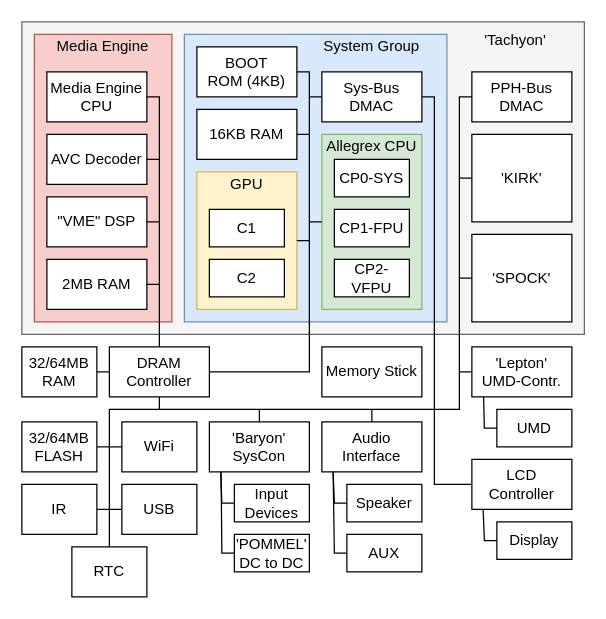
This is fig/drawio/architecture.drawio from Tom-there/PSP-Arch, a draw.io file, before an edit. Source tidied: cells renumbered, new cells numbered last; positions are measured from the earlier drawing's top-left corner, leaving out a move shared by most shapes. Both pictures are drawn from the tidied source at 125%, with x=0, y=0 at pixel (21, 21).
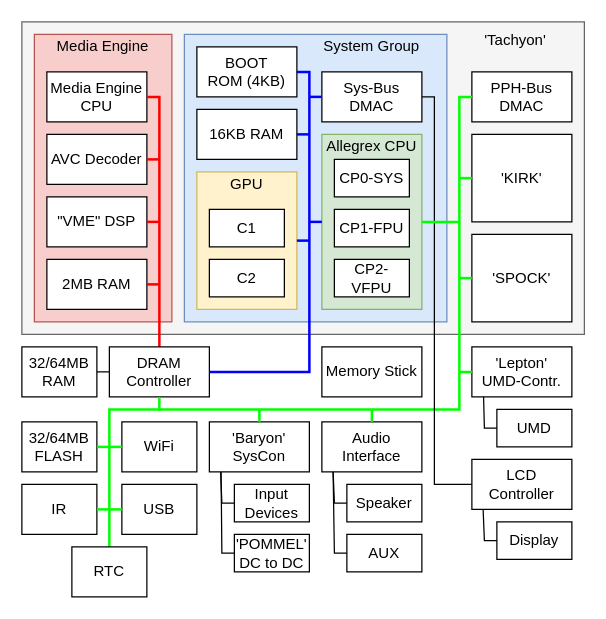
After the change.

Commit message:
updated arch diagram

Unchanged cells that the change refers to:
```xml
<mxCell id="7" value="AVC Decoder" style="rounded=0;whiteSpace=wrap;html=1;" parent="1" vertex="1">
  <mxGeometry x="20" y="90" width="80" height="40" as="geometry" />
</mxCell>
<mxCell id="8" value="&quot;VME&quot; DSP" style="rounded=0;whiteSpace=wrap;html=1;" parent="1" vertex="1">
  <mxGeometry x="20" y="140" width="80" height="40" as="geometry" />
</mxCell>
<mxCell id="9" value="2MB RAM" style="rounded=0;whiteSpace=wrap;html=1;" parent="1" vertex="1">
  <mxGeometry x="20" y="190" width="80" height="40" as="geometry" />
</mxCell>
<mxCell id="14" value="DRAM Controller" style="rounded=0;whiteSpace=wrap;html=1;" parent="1" vertex="1">
  <mxGeometry x="70" y="260" width="80" height="40" as="geometry" />
</mxCell>
<mxCell id="18" style="rounded=0;whiteSpace=wrap;html=1;fillColor=#fff2cc;strokeColor=#d6b656;" parent="1" vertex="1">
  <mxGeometry x="140" y="120" width="80" height="110" as="geometry" />
</mxCell>
<mxCell id="19" value="16KB RAM" style="rounded=0;whiteSpace=wrap;html=1;" parent="1" vertex="1">
  <mxGeometry x="140" y="70" width="80" height="40" as="geometry" />
</mxCell>
<mxCell id="20" value="BOOT&lt;div&gt;ROM (4KB)&lt;/div&gt;" style="rounded=0;whiteSpace=wrap;html=1;" parent="1" vertex="1">
  <mxGeometry x="140" y="20" width="80" height="40" as="geometry" />
</mxCell>
<mxCell id="21" value="&lt;div&gt;PPH-Bus&lt;/div&gt;DMAC" style="rounded=0;whiteSpace=wrap;html=1;" parent="1" vertex="1">
  <mxGeometry x="360" y="40" width="80" height="40" as="geometry" />
</mxCell>
<mxCell id="22" style="rounded=0;whiteSpace=wrap;html=1;fillColor=#d5e8d4;strokeColor=#82b366;" parent="1" vertex="1">
  <mxGeometry x="240" y="90" width="80" height="140" as="geometry" />
</mxCell>
<mxCell id="23" value="'KIRK'" style="rounded=0;whiteSpace=wrap;html=1;" parent="1" vertex="1">
  <mxGeometry x="360" y="90" width="80" height="70" as="geometry" />
</mxCell>
<mxCell id="24" value="'SPOCK'" style="rounded=0;whiteSpace=wrap;html=1;" parent="1" vertex="1">
  <mxGeometry x="360" y="170" width="80" height="70" as="geometry" />
</mxCell>
<mxCell id="26" value="&lt;div&gt;Sys-Bus&lt;/div&gt;DMAC" style="rounded=0;whiteSpace=wrap;html=1;" parent="1" vertex="1">
  <mxGeometry x="240" y="40" width="80" height="40" as="geometry" />
</mxCell>
<mxCell id="42" value="'Lepton'&lt;div&gt;UMD-Contr.&lt;/div&gt;" style="rounded=0;whiteSpace=wrap;html=1;" parent="1" vertex="1">
  <mxGeometry x="360" y="260" width="80" height="40" as="geometry" />
</mxCell>
<mxCell id="45" value="Audio Interface" style="rounded=0;whiteSpace=wrap;html=1;" parent="1" vertex="1">
  <mxGeometry x="240" y="320" width="80" height="40" as="geometry" />
</mxCell>
<mxCell id="49" value="'Baryon'&lt;div&gt;SysCon&lt;/div&gt;" style="rounded=0;whiteSpace=wrap;html=1;" parent="1" vertex="1">
  <mxGeometry x="150" y="320" width="80" height="40" as="geometry" />
</mxCell>
<mxCell id="61" value="WiFi" style="rounded=0;whiteSpace=wrap;html=1;" parent="1" vertex="1">
  <mxGeometry x="80" y="320" width="60" height="40" as="geometry" />
</mxCell>
<mxCell id="62" value="IR" style="rounded=0;whiteSpace=wrap;html=1;" parent="1" vertex="1">
  <mxGeometry y="370" width="60" height="40" as="geometry" />
</mxCell>
<mxCell id="64" value="USB" style="rounded=0;whiteSpace=wrap;html=1;" parent="1" vertex="1">
  <mxGeometry x="80" y="370" width="60" height="40" as="geometry" />
</mxCell>
<mxCell id="65" value="32/64MB&lt;div&gt;FLASH&lt;/div&gt;" style="rounded=0;whiteSpace=wrap;html=1;" parent="1" vertex="1">
  <mxGeometry y="320" width="60" height="40" as="geometry" />
</mxCell>
```

Diff of the diagram source:
```diff
@@
-    <mxCell id="10" style="endArrow=none;html=1;rounded=0;exitX=0.5;exitY=0;exitDx=0;exitDy=0;strokeColor=default;align=center;verticalAlign=middle;fontFamily=Helvetica;fontSize=11;fontColor=default;labelBackgroundColor=default;" parent="1" edge="1" source="14">
+    <mxCell id="10" style="endArrow=none;html=1;rounded=0;exitX=0.5;exitY=0;exitDx=0;exitDy=0;strokeColor=#FF0000;align=center;verticalAlign=middle;fontFamily=Helvetica;fontSize=11;fontColor=default;labelBackgroundColor=default;endSize=13;jumpSize=6;targetPerimeterSpacing=5;strokeWidth=2;" parent="1" edge="1" source="14">
       <mxGeometry relative="1" as="geometry">
         <mxPoint x="100" y="60" as="targetPoint" />
         <Array as="points">
           <mxPoint x="110" y="270" />
           <mxPoint x="110" y="60" />
         </Array>
       </mxGeometry>
     </mxCell>
-    <mxCell id="11" style="endArrow=none;html=1;rounded=0;entryX=1;entryY=0.5;entryDx=0;entryDy=0;" parent="1" edge="1" target="7">
+    <mxCell id="11" style="endArrow=none;html=1;rounded=0;entryX=1;entryY=0.5;entryDx=0;entryDy=0;strokeColor=#FF0000;strokeWidth=2;" parent="1" edge="1" target="7">
       <mxGeometry relative="1" as="geometry">
         <mxPoint x="110" y="110" as="sourcePoint" />
       </mxGeometry>
     </mxCell>
-    <mxCell id="12" style="endArrow=none;html=1;rounded=0;exitX=1;exitY=0.5;exitDx=0;exitDy=0;" parent="1" edge="1" source="8">
+    <mxCell id="12" style="endArrow=none;html=1;rounded=0;exitX=1;exitY=0.5;exitDx=0;exitDy=0;strokeColor=#FF0000;strokeWidth=2;" parent="1" edge="1" source="8">
       <mxGeometry relative="1" as="geometry">
         <mxPoint x="110" y="160" as="targetPoint" />
       </mxGeometry>
     </mxCell>
-    <mxCell id="13" style="endArrow=none;html=1;rounded=0;exitX=1;exitY=0.5;exitDx=0;exitDy=0;" parent="1" edge="1" source="9">
+    <mxCell id="13" style="endArrow=none;html=1;rounded=0;exitX=1;exitY=0.5;exitDx=0;exitDy=0;strokeColor=#FF0000;strokeWidth=2;" parent="1" edge="1" source="9">
       <mxGeometry relative="1" as="geometry">
         <mxPoint x="110" y="210" as="targetPoint" />
       </mxGeometry>
     </mxCell>
@@
-    <mxCell id="25" style="endArrow=none;html=1;rounded=0;exitX=0.5;exitY=1;exitDx=0;exitDy=0;entryX=0;entryY=0.5;entryDx=0;entryDy=0;" parent="1" edge="1" source="14" target="21">
+    <mxCell id="25" style="endArrow=none;html=1;rounded=0;exitX=0.5;exitY=1;exitDx=0;exitDy=0;entryX=0;entryY=0.5;entryDx=0;entryDy=0;strokeColor=#00FF00;strokeWidth=2;" parent="1" edge="1" source="14" target="21">
       <mxGeometry relative="1" as="geometry">
         <Array as="points">
           <mxPoint x="110" y="310" />
           <mxPoint x="350" y="310" />
           <mxPoint x="350" y="60" />
         </Array>
       </mxGeometry>
     </mxCell>
@@
-    <mxCell id="27" style="endArrow=none;html=1;rounded=0;strokeColor=default;align=center;verticalAlign=middle;fontFamily=Helvetica;fontSize=11;fontColor=default;labelBackgroundColor=default;entryX=1;entryY=0.5;entryDx=0;entryDy=0;exitX=1;exitY=0.5;exitDx=0;exitDy=0;" parent="1" edge="1" source="14" target="20">
+    <mxCell id="27" style="endArrow=none;html=1;rounded=0;strokeColor=#0000FF;align=center;verticalAlign=middle;fontFamily=Helvetica;fontSize=11;fontColor=default;labelBackgroundColor=default;entryX=1;entryY=0.5;entryDx=0;entryDy=0;exitX=1;exitY=0.5;exitDx=0;exitDy=0;strokeWidth=2;" parent="1" edge="1" source="14" target="20">
       <mxGeometry relative="1" as="geometry">
         <Array as="points">
           <mxPoint x="230" y="280" />
           <mxPoint x="230" y="40" />
         </Array>
       </mxGeometry>
     </mxCell>
@@
-    <mxCell id="35" style="endArrow=none;html=1;rounded=0;exitX=1;exitY=0.5;exitDx=0;exitDy=0;" parent="1" edge="1" source="18">
+    <mxCell id="35" style="endArrow=none;html=1;rounded=0;exitX=1;exitY=0.5;exitDx=0;exitDy=0;strokeColor=#0000FF;strokeWidth=2;" parent="1" edge="1" source="18">
       <mxGeometry relative="1" as="geometry">
         <mxPoint x="230" y="175" as="targetPoint" />
       </mxGeometry>
     </mxCell>
-    <mxCell id="36" style="endArrow=none;html=1;rounded=0;entryX=0;entryY=0.5;entryDx=0;entryDy=0;" parent="1" edge="1" target="22">
+    <mxCell id="36" style="endArrow=none;html=1;rounded=0;entryX=0;entryY=0.5;entryDx=0;entryDy=0;strokeColor=#0000FF;strokeWidth=2;" parent="1" edge="1" target="22">
       <mxGeometry relative="1" as="geometry">
         <mxPoint x="230" y="160" as="sourcePoint" />
       </mxGeometry>
     </mxCell>
-    <mxCell id="37" style="endArrow=none;html=1;rounded=0;exitX=1;exitY=0.5;exitDx=0;exitDy=0;" parent="1" edge="1" source="19">
+    <mxCell id="37" style="endArrow=none;html=1;rounded=0;exitX=1;exitY=0.5;exitDx=0;exitDy=0;strokeColor=#0000FF;strokeWidth=2;" parent="1" edge="1" source="19">
       <mxGeometry relative="1" as="geometry">
         <mxPoint x="230" y="90" as="targetPoint" />
       </mxGeometry>
     </mxCell>
-    <mxCell id="38" style="endArrow=none;html=1;rounded=0;entryX=0;entryY=0.5;entryDx=0;entryDy=0;" parent="1" edge="1" target="26">
+    <mxCell id="38" style="endArrow=none;html=1;rounded=0;entryX=0;entryY=0.5;entryDx=0;entryDy=0;strokeColor=#0000FF;strokeWidth=2;" parent="1" edge="1" target="26">
       <mxGeometry relative="1" as="geometry">
         <mxPoint x="230" y="60" as="sourcePoint" />
       </mxGeometry>
     </mxCell>
@@
-    <mxCell id="43" style="endArrow=none;html=1;rounded=0;entryX=0;entryY=0.5;entryDx=0;entryDy=0;" parent="1" edge="1" target="42">
+    <mxCell id="43" style="endArrow=none;html=1;rounded=0;entryX=0;entryY=0.5;entryDx=0;entryDy=0;strokeColor=#00FF00;strokeWidth=2;" parent="1" edge="1" target="42">
       <mxGeometry relative="1" as="geometry">
         <mxPoint x="360" y="280" as="sourcePoint" />
         <Array as="points">
           <mxPoint x="350" y="280" />
         </Array>
       </mxGeometry>
     </mxCell>
@@
-    <mxCell id="46" style="endArrow=none;html=1;rounded=0;entryX=0.5;entryY=0;entryDx=0;entryDy=0;" parent="1" edge="1" target="45">
+    <mxCell id="46" style="endArrow=none;html=1;rounded=0;entryX=0.5;entryY=0;entryDx=0;entryDy=0;strokeColor=#00FF00;strokeWidth=2;" parent="1" edge="1" target="45">
       <mxGeometry relative="1" as="geometry">
         <mxPoint x="280" y="310" as="sourcePoint" />
       </mxGeometry>
     </mxCell>
@@
-    <mxCell id="51" style="endArrow=none;html=1;rounded=0;entryX=0.5;entryY=0;entryDx=0;entryDy=0;" parent="1" edge="1" target="49">
+    <mxCell id="51" style="endArrow=none;html=1;rounded=0;entryX=0.5;entryY=0;entryDx=0;entryDy=0;strokeColor=#00FF00;strokeWidth=2;" parent="1" edge="1" target="49">
       <mxGeometry relative="1" as="geometry">
         <mxPoint x="190" y="310" as="sourcePoint" />
       </mxGeometry>
     </mxCell>
@@
-    <mxCell id="63" style="endArrow=none;html=1;rounded=0;" parent="1" edge="1">
+    <mxCell id="63" style="endArrow=none;html=1;rounded=0;strokeColor=#00FF00;strokeWidth=2;" parent="1" edge="1">
       <mxGeometry relative="1" as="geometry">
         <mxPoint x="70" y="420" as="sourcePoint" />
         <mxPoint x="110" y="310" as="targetPoint" />
         <Array as="points">
           <mxPoint x="70" y="310" />
         </Array>
       </mxGeometry>
     </mxCell>
@@
-    <mxCell id="67" style="endArrow=none;html=1;rounded=0;entryX=1;entryY=0.5;entryDx=0;entryDy=0;exitX=0;exitY=0.5;exitDx=0;exitDy=0;" parent="1" edge="1" source="61" target="65">
+    <mxCell id="67" style="endArrow=none;html=1;rounded=0;entryX=1;entryY=0.5;entryDx=0;entryDy=0;exitX=0;exitY=0.5;exitDx=0;exitDy=0;strokeColor=#00FF00;strokeWidth=2;" parent="1" edge="1" source="61" target="65">
       <mxGeometry relative="1" as="geometry" />
     </mxCell>
-    <mxCell id="68" style="endArrow=none;html=1;rounded=0;exitX=1;exitY=0.5;exitDx=0;exitDy=0;entryX=0;entryY=0.5;entryDx=0;entryDy=0;" parent="1" edge="1" source="62" target="64">
+    <mxCell id="68" style="endArrow=none;html=1;rounded=0;exitX=1;exitY=0.5;exitDx=0;exitDy=0;entryX=0;entryY=0.5;entryDx=0;entryDy=0;strokeColor=#00FF00;strokeWidth=2;" parent="1" edge="1" source="62" target="64">
       <mxGeometry relative="1" as="geometry" />
     </mxCell>
-    <mxCell id="69" style="endArrow=none;html=1;rounded=0;entryX=0;entryY=0.5;entryDx=0;entryDy=0;" parent="1" edge="1" target="23">
+    <mxCell id="69" style="endArrow=none;html=1;rounded=0;entryX=0;entryY=0.5;entryDx=0;entryDy=0;strokeColor=#00FF00;strokeWidth=2;" parent="1" edge="1" target="23">
       <mxGeometry relative="1" as="geometry">
         <mxPoint x="350" y="125" as="sourcePoint" />
       </mxGeometry>
     </mxCell>
-    <mxCell id="70" style="endArrow=none;html=1;rounded=0;entryX=0;entryY=0.5;entryDx=0;entryDy=0;" parent="1" edge="1" target="24">
+    <mxCell id="70" style="endArrow=none;html=1;rounded=0;entryX=0;entryY=0.5;entryDx=0;entryDy=0;strokeColor=#00FF00;strokeWidth=2;" parent="1" edge="1" target="24">
       <mxGeometry relative="1" as="geometry">
         <mxPoint x="350" y="205" as="sourcePoint" />
       </mxGeometry>
     </mxCell>
+    <mxCell id="71" style="endArrow=none;html=1;rounded=0;entryX=1;entryY=0.5;entryDx=0;entryDy=0;strokeColor=#00FF00;strokeWidth=2;" parent="1" edge="1" target="22">
+      <mxGeometry relative="1" as="geometry">
+        <mxPoint x="350" y="160" as="sourcePoint" />
+      </mxGeometry>
+    </mxCell>
```
